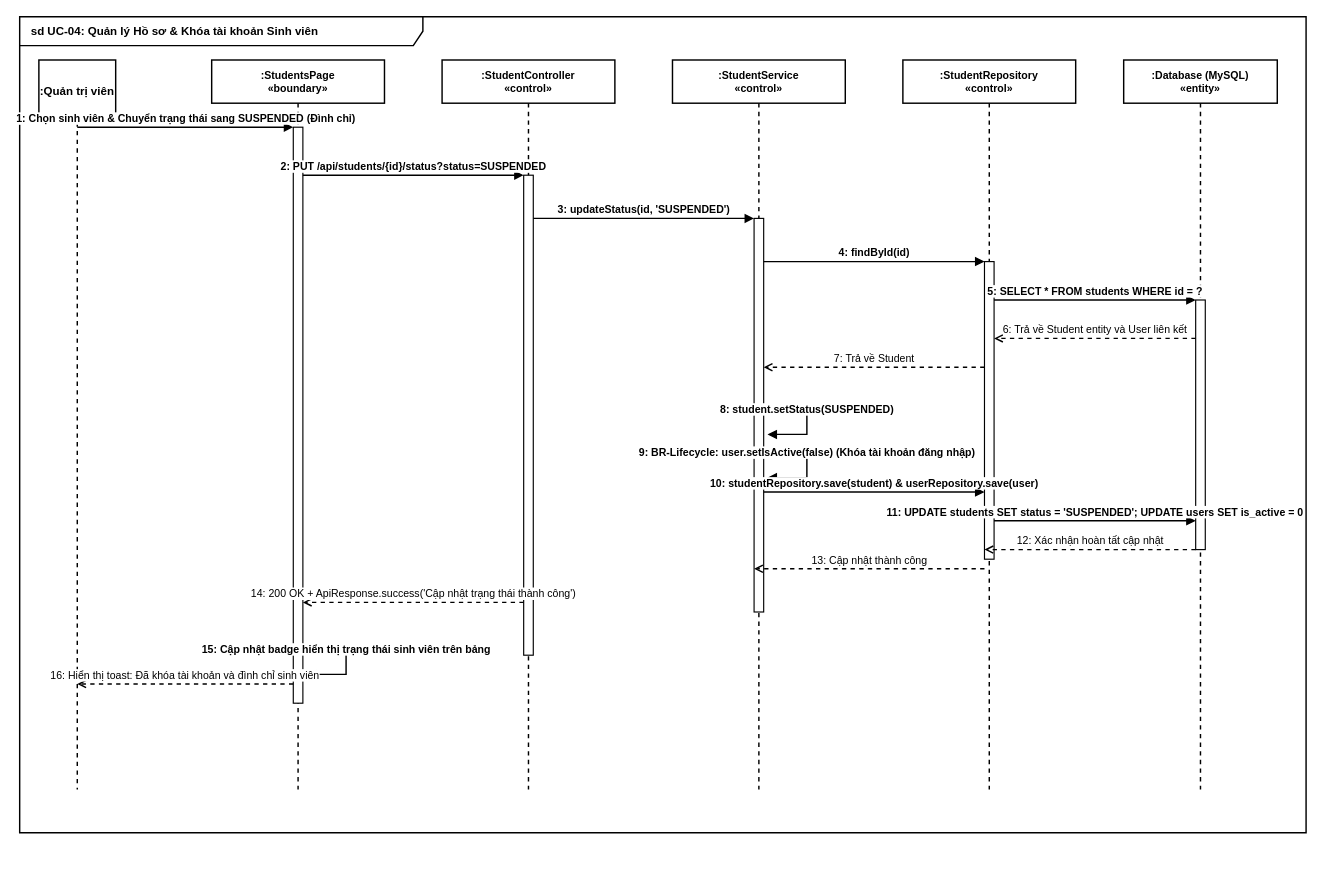
Before: page "4. Quản lý hồ sơ Sinh viên" (4 of 23) of drawio/Sequence_Diagrams.drawio in DevMarkie/DoAnChuyenNganh, a draw.io diagram. Source tidied: cells renumbered, new cells numbered last; positions are measured from the earlier drawing's top-left corner, leaving out a move shared by most shapes. Both pictures are drawn from the tidied source at 96%, with x=0, y=0 at pixel (19, 16).
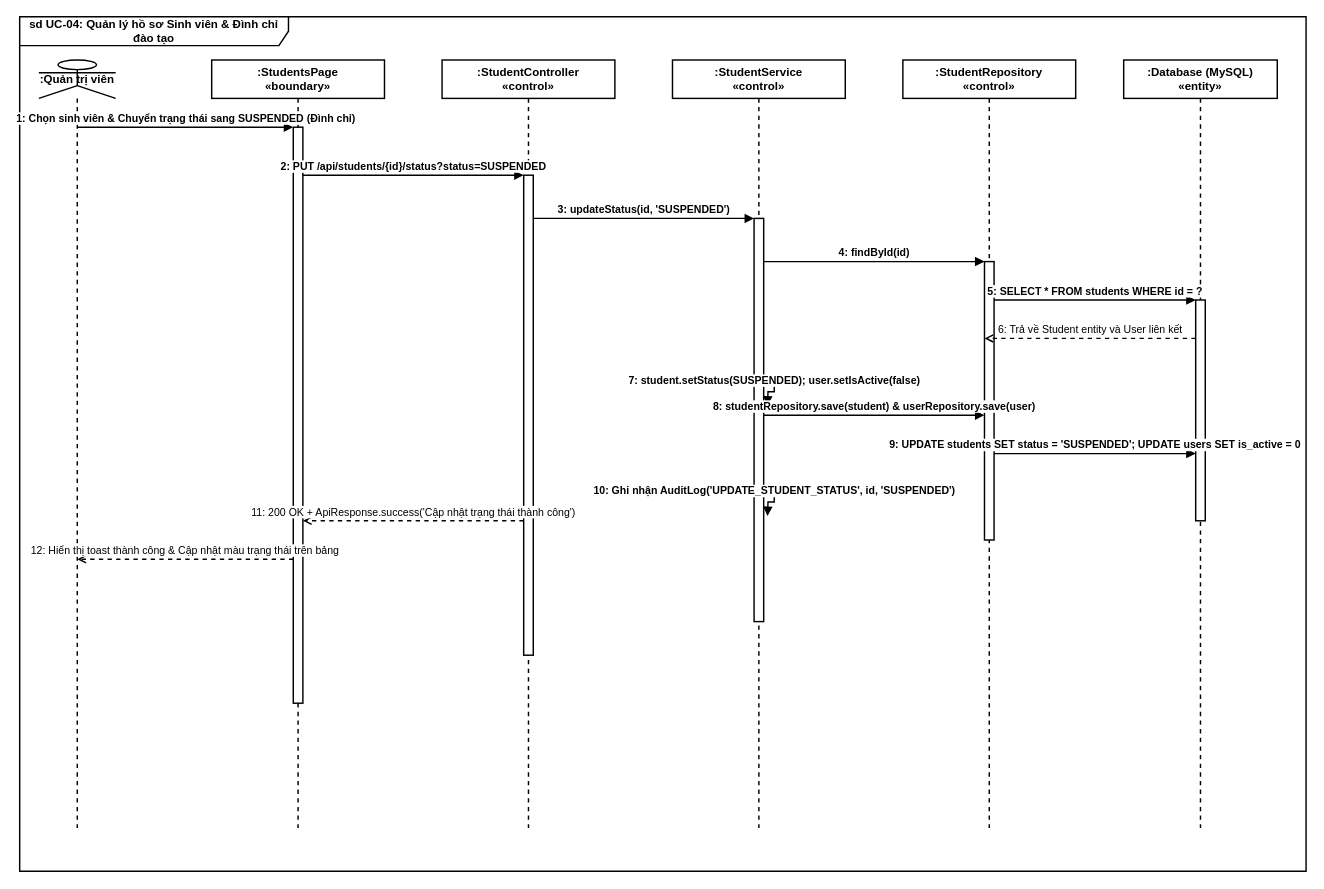
Above is the later version.

Diff of the diagram source:
```diff
@@
-    <mxCell id="2" value="sd UC-04: Quản lý Hồ sơ &amp; Khóa tài khoản Sinh viên" style="shape=umlFrame;whiteSpace=wrap;html=1;fillColor=none;strokeColor=#000000;strokeWidth=1.5;width=420;height=30;fontStyle=1;fontSize=12;fontColor=#000000;align=left;spacingLeft=10;" parent="1" vertex="1">
-      <mxGeometry width="1340" height="850" as="geometry" />
-    </mxCell>
+    <mxCell id="30" value="sd UC-04: Quản lý hồ sơ Sinh viên &amp; Đình chỉ đào tạo" style="shape=umlFrame;whiteSpace=wrap;html=1;width=280;height=30;strokeColor=#000000;strokeWidth=1.5;fillColor=none;fontColor=#000000;fontStyle=1;fontSize=12;" parent="1" vertex="1">
+      <mxGeometry width="1340" height="890" as="geometry" />
+    </mxCell>
-    <mxCell id="3" value=":Quản trị viên" style="shape=umlLifeline;perimeter=lifelinePerimeter;whiteSpace=wrap;html=1;strokeColor=#000000;strokeWidth=1.5;fillColor=#ffffff;fontStyle=1;fontSize=12;fontColor=#000000;size=65;" parent="1" vertex="1">
-      <mxGeometry x="20" y="45" width="80" height="760" as="geometry" />
+    <mxCell id="3" value=":Quản trị viên" style="shape=umlLifeline;participant=umlActor;perimeter=lifelinePerimeter;whiteSpace=wrap;html=1;strokeColor=#000000;strokeWidth=1.5;fillColor=#ffffff;fontColor=#000000;fontStyle=1;fontSize=12;" parent="1" vertex="1">
+      <mxGeometry x="20" y="45" width="80" height="800" as="geometry" />
     </mxCell>
-    <mxCell id="4" value=":StudentsPage&#10;«boundary»" style="shape=umlLifeline;perimeter=lifelinePerimeter;whiteSpace=wrap;html=1;strokeColor=#000000;strokeWidth=1.5;fillColor=#ffffff;fontStyle=1;fontSize=11;fontColor=#000000;size=45;" parent="1" vertex="1">
-      <mxGeometry x="200" y="45" width="180" height="760" as="geometry" />
+    <mxCell id="4" value=":StudentsPage&#10;«boundary»" style="shape=umlLifeline;perimeter=lifelinePerimeter;whiteSpace=wrap;html=1;strokeColor=#000000;strokeWidth=1.5;fillColor=#ffffff;fontColor=#000000;fontStyle=1;fontSize=12;" parent="1" vertex="1">
+      <mxGeometry x="200" y="45" width="180" height="800" as="geometry" />
     </mxCell>
-    <mxCell id="5" value=":StudentController&#10;«control»" style="shape=umlLifeline;perimeter=lifelinePerimeter;whiteSpace=wrap;html=1;strokeColor=#000000;strokeWidth=1.5;fillColor=#ffffff;fontStyle=1;fontSize=11;fontColor=#000000;size=45;" parent="1" vertex="1">
-      <mxGeometry x="440" y="45" width="180" height="760" as="geometry" />
+    <mxCell id="5" value=":StudentController&#10;«control»" style="shape=umlLifeline;perimeter=lifelinePerimeter;whiteSpace=wrap;html=1;strokeColor=#000000;strokeWidth=1.5;fillColor=#ffffff;fontColor=#000000;fontStyle=1;fontSize=12;" parent="1" vertex="1">
+      <mxGeometry x="440" y="45" width="180" height="800" as="geometry" />
     </mxCell>
-    <mxCell id="6" value=":StudentService&#10;«control»" style="shape=umlLifeline;perimeter=lifelinePerimeter;whiteSpace=wrap;html=1;strokeColor=#000000;strokeWidth=1.5;fillColor=#ffffff;fontStyle=1;fontSize=11;fontColor=#000000;size=45;" parent="1" vertex="1">
-      <mxGeometry x="680" y="45" width="180" height="760" as="geometry" />
+    <mxCell id="6" value=":StudentService&#10;«control»" style="shape=umlLifeline;perimeter=lifelinePerimeter;whiteSpace=wrap;html=1;strokeColor=#000000;strokeWidth=1.5;fillColor=#ffffff;fontColor=#000000;fontStyle=1;fontSize=12;" parent="1" vertex="1">
+      <mxGeometry x="680" y="45" width="180" height="800" as="geometry" />
     </mxCell>
-    <mxCell id="7" value=":StudentRepository&#10;«control»" style="shape=umlLifeline;perimeter=lifelinePerimeter;whiteSpace=wrap;html=1;strokeColor=#000000;strokeWidth=1.5;fillColor=#ffffff;fontStyle=1;fontSize=11;fontColor=#000000;size=45;" parent="1" vertex="1">
-      <mxGeometry x="920" y="45" width="180" height="760" as="geometry" />
+    <mxCell id="7" value=":StudentRepository&#10;«control»" style="shape=umlLifeline;perimeter=lifelinePerimeter;whiteSpace=wrap;html=1;strokeColor=#000000;strokeWidth=1.5;fillColor=#ffffff;fontColor=#000000;fontStyle=1;fontSize=12;" parent="1" vertex="1">
+      <mxGeometry x="920" y="45" width="180" height="800" as="geometry" />
     </mxCell>
-    <mxCell id="8" value=":Database (MySQL)&#10;«entity»" style="shape=umlLifeline;perimeter=lifelinePerimeter;whiteSpace=wrap;html=1;strokeColor=#000000;strokeWidth=1.5;fillColor=#ffffff;fontStyle=1;fontSize=11;fontColor=#000000;size=45;" parent="1" vertex="1">
-      <mxGeometry x="1150" y="45" width="160" height="760" as="geometry" />
+    <mxCell id="8" value=":Database (MySQL)&#10;«entity»" style="shape=umlLifeline;perimeter=lifelinePerimeter;whiteSpace=wrap;html=1;strokeColor=#000000;strokeWidth=1.5;fillColor=#ffffff;fontColor=#000000;fontStyle=1;fontSize=12;" parent="1" vertex="1">
+      <mxGeometry x="1150" y="45" width="160" height="800" as="geometry" />
     </mxCell>
-    <mxCell id="9" style="html=1;perimeter=orthogonalPerimeter;strokeColor=#000000;strokeWidth=1.2;fillColor=#ffffff;" parent="1" vertex="1">
+    <mxCell id="9" style="html=1;perimeter=orthogonalPerimeter;strokeColor=#000000;strokeWidth=1.5;fillColor=#ffffff;" parent="1" vertex="1">
       <mxGeometry x="285" y="115" width="10" height="600" as="geometry" />
     </mxCell>
-    <mxCell id="10" style="html=1;perimeter=orthogonalPerimeter;strokeColor=#000000;strokeWidth=1.2;fillColor=#ffffff;" parent="1" vertex="1">
+    <mxCell id="10" style="html=1;perimeter=orthogonalPerimeter;strokeColor=#000000;strokeWidth=1.5;fillColor=#ffffff;" parent="1" vertex="1">
       <mxGeometry x="525" y="165" width="10" height="500" as="geometry" />
     </mxCell>
-    <mxCell id="11" style="html=1;perimeter=orthogonalPerimeter;strokeColor=#000000;strokeWidth=1.2;fillColor=#ffffff;" parent="1" vertex="1">
-      <mxGeometry x="765" y="210" width="10" height="410" as="geometry" />
+    <mxCell id="11" style="html=1;perimeter=orthogonalPerimeter;strokeColor=#000000;strokeWidth=1.5;fillColor=#ffffff;" parent="1" vertex="1">
+      <mxGeometry x="765" y="210" width="10" height="420" as="geometry" />
     </mxCell>
-    <mxCell id="12" style="html=1;perimeter=orthogonalPerimeter;strokeColor=#000000;strokeWidth=1.2;fillColor=#ffffff;" parent="1" vertex="1">
-      <mxGeometry x="1005" y="255" width="10" height="310" as="geometry" />
+    <mxCell id="12" style="html=1;perimeter=orthogonalPerimeter;strokeColor=#000000;strokeWidth=1.5;fillColor=#ffffff;" parent="1" vertex="1">
+      <mxGeometry x="1005" y="255" width="10" height="290" as="geometry" />
     </mxCell>
-    <mxCell id="13" style="html=1;perimeter=orthogonalPerimeter;strokeColor=#000000;strokeWidth=1.2;fillColor=#ffffff;" parent="1" vertex="1">
-      <mxGeometry x="1225" y="295" width="10" height="260" as="geometry" />
+    <mxCell id="13" style="html=1;perimeter=orthogonalPerimeter;strokeColor=#000000;strokeWidth=1.5;fillColor=#ffffff;" parent="1" vertex="1">
+      <mxGeometry x="1225" y="295" width="10" height="230" as="geometry" />
     </mxCell>
@@
     <mxCell id="19" value="6: Trả về Student entity và User liên kết" style="html=1;verticalAlign=bottom;endArrow=open;dashed=1;strokeColor=#000000;strokeWidth=1.5;labelBackgroundColor=#ffffff;labelBorderColor=none;fillColor=none;fontColor=#000000;fontSize=11;fontStyle=0;" parent="1" edge="1">
       <mxGeometry relative="1" as="geometry">
         <mxPoint x="1225" y="335" as="sourcePoint" />
-        <mxPoint x="1015" y="335" as="targetPoint" />
+        <mxPoint x="1005" y="335" as="targetPoint" />
       </mxGeometry>
     </mxCell>
-    <mxCell id="20" value="7: Trả về Student" style="html=1;verticalAlign=bottom;endArrow=open;dashed=1;strokeColor=#000000;strokeWidth=1.5;labelBackgroundColor=#ffffff;labelBorderColor=none;fillColor=none;fontColor=#000000;fontSize=11;fontStyle=0;" parent="1" edge="1">
+    <mxCell id="20" value="7: student.setStatus(SUSPENDED); user.setIsActive(false)" style="html=1;verticalAlign=bottom;endArrow=block;strokeColor=#000000;strokeWidth=1.5;labelBackgroundColor=#ffffff;labelBorderColor=none;fillColor=none;fontColor=#000000;fontSize=11;fontStyle=1;edgeStyle=orthogonalEdgeStyle;curved=0;rounded=0;" parent="1" edge="1">
       <mxGeometry relative="1" as="geometry">
-        <mxPoint x="1005" y="365" as="sourcePoint" />
-        <mxPoint x="775" y="365" as="targetPoint" />
+        <mxPoint x="775" y="375" as="sourcePoint" />
+        <mxPoint x="779" y="405" as="targetPoint" />
       </mxGeometry>
     </mxCell>
-    <mxCell id="21" value="8: student.setStatus(SUSPENDED)" style="html=1;verticalAlign=bottom;endArrow=block;strokeColor=#000000;strokeWidth=1.5;labelBackgroundColor=#ffffff;labelBorderColor=none;fillColor=none;fontColor=#000000;fontSize=11;fontStyle=1;edgeStyle=orthogonalEdgeStyle;curved=0;rounded=0;" parent="1" edge="1">
+    <mxCell id="21" value="8: studentRepository.save(student) &amp; userRepository.save(user)" style="html=1;verticalAlign=bottom;endArrow=block;strokeColor=#000000;strokeWidth=1.5;labelBackgroundColor=#ffffff;labelBorderColor=none;fillColor=none;fontColor=#000000;fontSize=11;fontStyle=1;" parent="1" edge="1">
       <mxGeometry relative="1" as="geometry">
-        <mxPoint x="775" y="405" as="sourcePoint" />
-        <mxPoint x="779" y="435" as="targetPoint" />
-        <Array as="points">
-          <mxPoint x="820" y="405" />
-          <mxPoint x="820" y="435" />
-        </Array>
+        <mxPoint x="775" y="415" as="sourcePoint" />
+        <mxPoint x="1005" y="415" as="targetPoint" />
       </mxGeometry>
     </mxCell>
-    <mxCell id="22" value="9: BR-Lifecycle: user.setIsActive(false) (Khóa tài khoản đăng nhập)" style="html=1;verticalAlign=bottom;endArrow=block;strokeColor=#000000;strokeWidth=1.5;labelBackgroundColor=#ffffff;labelBorderColor=none;fillColor=none;fontColor=#000000;fontSize=11;fontStyle=1;edgeStyle=orthogonalEdgeStyle;curved=0;rounded=0;" parent="1" edge="1">
+    <mxCell id="22" value="9: UPDATE students SET status = 'SUSPENDED'; UPDATE users SET is_active = 0" style="html=1;verticalAlign=bottom;endArrow=block;strokeColor=#000000;strokeWidth=1.5;labelBackgroundColor=#ffffff;labelBorderColor=none;fillColor=none;fontColor=#000000;fontSize=11;fontStyle=1;" parent="1" edge="1">
       <mxGeometry relative="1" as="geometry">
-        <mxPoint x="775" y="450" as="sourcePoint" />
-        <mxPoint x="779" y="480" as="targetPoint" />
-        <Array as="points">
-          <mxPoint x="820" y="450" />
-          <mxPoint x="820" y="480" />
-        </Array>
+        <mxPoint x="1015" y="455" as="sourcePoint" />
+        <mxPoint x="1225" y="455" as="targetPoint" />
       </mxGeometry>
     </mxCell>
-    <mxCell id="23" value="10: studentRepository.save(student) &amp; userRepository.save(user)" style="html=1;verticalAlign=bottom;endArrow=block;strokeColor=#000000;strokeWidth=1.5;labelBackgroundColor=#ffffff;labelBorderColor=none;fillColor=none;fontColor=#000000;fontSize=11;fontStyle=1;" parent="1" edge="1">
+    <mxCell id="23" value="10: Ghi nhận AuditLog('UPDATE_STUDENT_STATUS', id, 'SUSPENDED')" style="html=1;verticalAlign=bottom;endArrow=block;strokeColor=#000000;strokeWidth=1.5;labelBackgroundColor=#ffffff;labelBorderColor=none;fillColor=none;fontColor=#000000;fontSize=11;fontStyle=1;edgeStyle=orthogonalEdgeStyle;curved=0;rounded=0;" parent="1" edge="1">
       <mxGeometry relative="1" as="geometry">
-        <mxPoint x="775" y="495" as="sourcePoint" />
-        <mxPoint x="1005" y="495" as="targetPoint" />
+        <mxPoint x="775" y="490" as="sourcePoint" />
+        <mxPoint x="779" y="520" as="targetPoint" />
       </mxGeometry>
     </mxCell>
-    <mxCell id="24" value="11: UPDATE students SET status = 'SUSPENDED'; UPDATE users SET is_active = 0" style="html=1;verticalAlign=bottom;endArrow=block;strokeColor=#000000;strokeWidth=1.5;labelBackgroundColor=#ffffff;labelBorderColor=none;fillColor=none;fontColor=#000000;fontSize=11;fontStyle=1;" parent="1" edge="1">
+    <mxCell id="24" value="11: 200 OK + ApiResponse.success('Cập nhật trạng thái thành công')" style="html=1;verticalAlign=bottom;endArrow=open;dashed=1;strokeColor=#000000;strokeWidth=1.5;labelBackgroundColor=#ffffff;labelBorderColor=none;fillColor=none;fontColor=#000000;fontSize=11;fontStyle=0;" parent="1" edge="1">
       <mxGeometry relative="1" as="geometry">
-        <mxPoint x="1015" y="525" as="sourcePoint" />
-        <mxPoint x="1225" y="525" as="targetPoint" />
+        <mxPoint x="525" y="525" as="sourcePoint" />
+        <mxPoint x="295" y="525" as="targetPoint" />
       </mxGeometry>
     </mxCell>
-    <mxCell id="25" value="12: Xác nhận hoàn tất cập nhật" style="html=1;verticalAlign=bottom;endArrow=open;dashed=1;strokeColor=#000000;strokeWidth=1.5;labelBackgroundColor=#ffffff;labelBorderColor=none;fillColor=none;fontColor=#000000;fontSize=11;fontStyle=0;" parent="1" edge="1">
+    <mxCell id="25" value="12: Hiển thị toast thành công &amp; Cập nhật màu trạng thái trên bảng" style="html=1;verticalAlign=bottom;endArrow=open;dashed=1;strokeColor=#000000;strokeWidth=1.5;labelBackgroundColor=#ffffff;labelBorderColor=none;fillColor=none;fontColor=#000000;fontSize=11;fontStyle=0;" parent="1" edge="1">
       <mxGeometry relative="1" as="geometry">
-        <mxPoint x="1225" y="555" as="sourcePoint" />
-        <mxPoint x="1005" y="555" as="targetPoint" />
+        <mxPoint x="285" y="565" as="sourcePoint" />
+        <mxPoint x="60" y="565" as="targetPoint" />
       </mxGeometry>
     </mxCell>
-    <mxCell id="26" value="13: Cập nhật thành công" style="html=1;verticalAlign=bottom;endArrow=open;dashed=1;strokeColor=#000000;strokeWidth=1.5;labelBackgroundColor=#ffffff;labelBorderColor=none;fillColor=none;fontColor=#000000;fontSize=11;fontStyle=0;" parent="1" edge="1">
-      <mxGeometry relative="1" as="geometry">
-        <mxPoint x="1005" y="575" as="sourcePoint" />
-        <mxPoint x="765" y="575" as="targetPoint" />
-      </mxGeometry>
-    </mxCell>
-    <mxCell id="27" value="14: 200 OK + ApiResponse.success('Cập nhật trạng thái thành công')" style="html=1;verticalAlign=bottom;endArrow=open;dashed=1;strokeColor=#000000;strokeWidth=1.5;labelBackgroundColor=#ffffff;labelBorderColor=none;fillColor=none;fontColor=#000000;fontSize=11;fontStyle=0;" parent="1" edge="1">
-      <mxGeometry relative="1" as="geometry">
-        <mxPoint x="525" y="610" as="sourcePoint" />
-        <mxPoint x="295" y="610" as="targetPoint" />
-      </mxGeometry>
-    </mxCell>
-    <mxCell id="28" value="15: Cập nhật badge hiển thị trạng thái sinh viên trên bảng" style="html=1;verticalAlign=bottom;endArrow=block;strokeColor=#000000;strokeWidth=1.5;labelBackgroundColor=#ffffff;labelBorderColor=none;fillColor=none;fontColor=#000000;fontSize=11;fontStyle=1;edgeStyle=orthogonalEdgeStyle;curved=0;rounded=0;" parent="1" edge="1">
-      <mxGeometry relative="1" as="geometry">
-        <mxPoint x="295" y="655" as="sourcePoint" />
-        <mxPoint x="299" y="685" as="targetPoint" />
-        <Array as="points">
-          <mxPoint x="340" y="655" />
-          <mxPoint x="340" y="685" />
-        </Array>
-      </mxGeometry>
-    </mxCell>
-    <mxCell id="29" value="16: Hiển thị toast: Đã khóa tài khoản và đình chỉ sinh viên" style="html=1;verticalAlign=bottom;endArrow=open;dashed=1;strokeColor=#000000;strokeWidth=1.5;labelBackgroundColor=#ffffff;labelBorderColor=none;fillColor=none;fontColor=#000000;fontSize=11;fontStyle=0;" parent="1" edge="1">
-      <mxGeometry relative="1" as="geometry">
-        <mxPoint x="285" y="695" as="sourcePoint" />
-        <mxPoint x="60" y="695" as="targetPoint" />
-      </mxGeometry>
-    </mxCell>
```
